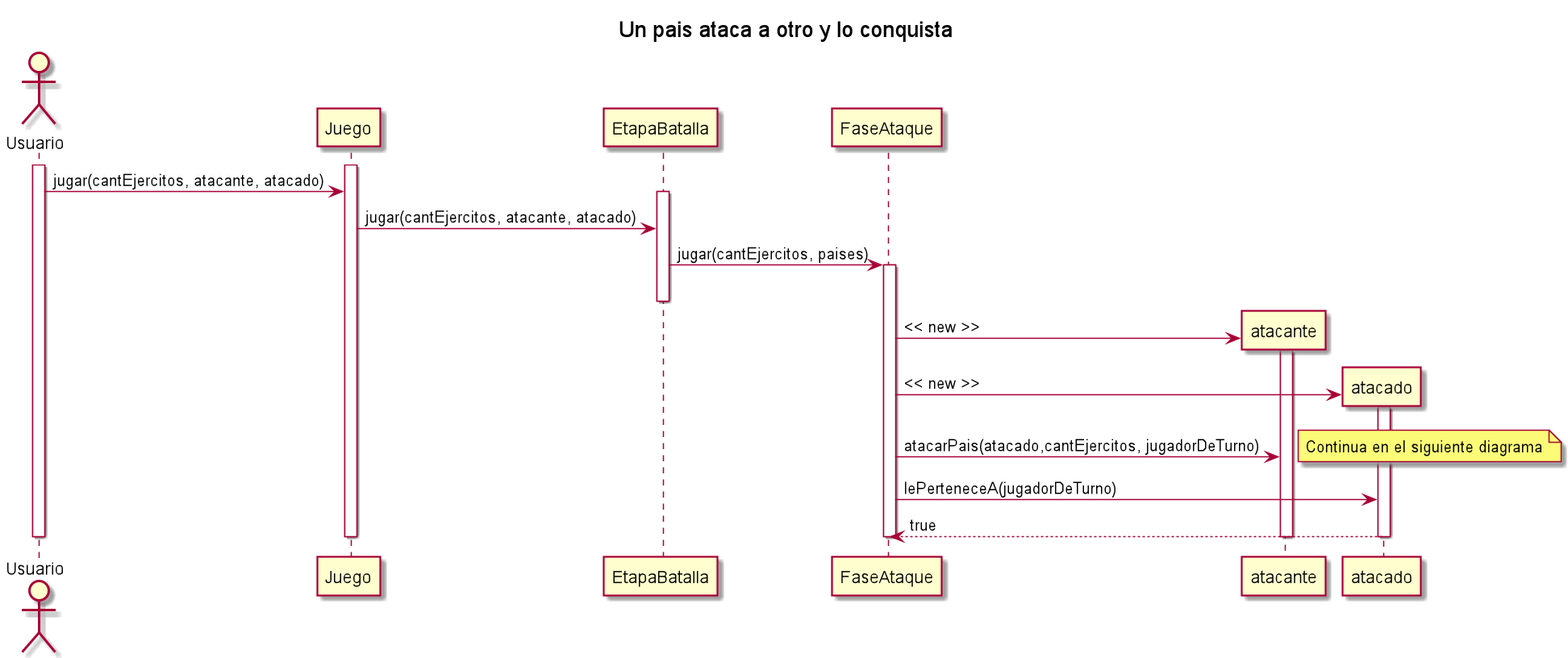
This is docs/diagramasUML/unPaisAtacaAOtroYLoConquista.png from nauee/Algo3-TP2, a PlantUML export, as it was before one commit. The source it was exported from:
```plantuml
@startuml

title Un pais ataca a otro y lo conquista

Actor Usuario

Usuario++

Juego++

Usuario -> Juego: jugar(cantEjercitos, atacante, atacado)

EtapaBatalla++

Juego -> EtapaBatalla: jugar(cantEjercitos, atacante, atacado)
EtapaBatalla -> FaseAtaque: jugar(cantEjercitos, paises)

FaseAtaque++

EtapaBatalla--

FaseAtaque -> atacante **: << new >>

atacante++

FaseAtaque -> atacado **: << new >>

atacado++

FaseAtaque -> atacante: atacarPais(atacado,cantEjercitos, jugadorDeTurno)

note right: Continua en el siguiente diagrama

FaseAtaque -> atacado: lePerteneceA(jugadorDeTurno)
atacado --> FaseAtaque: true

FaseAtaque--

atacante--

atacado--

Juego--

Usuario--

@enduml
```
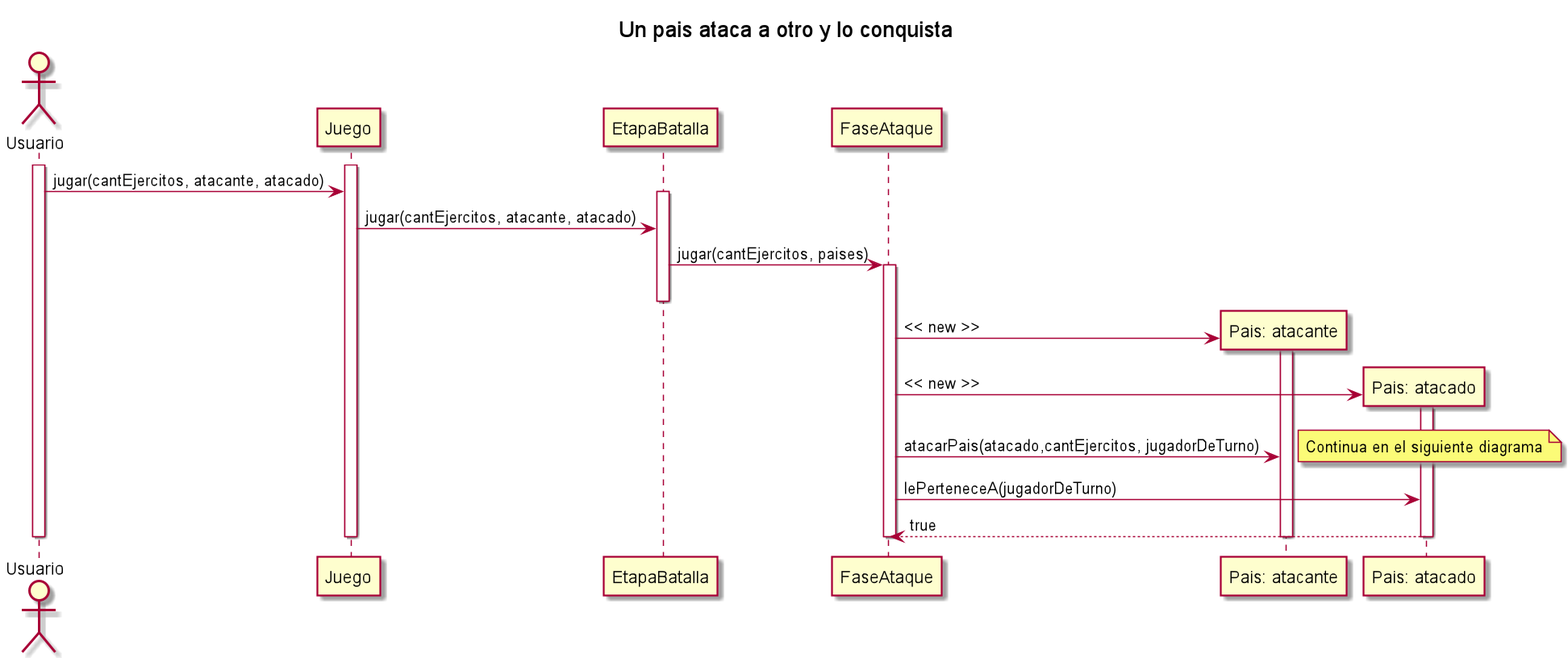
Above is the later version.

Commit message:
UPDATE: diagrama de secuencia

Diff of the diagram source:
```diff
@@ -19,12 +19,12 @@
 
 EtapaBatalla--
 
+Participant "Pais: atacante" as atacante
 FaseAtaque -> atacante **: << new >>
-
 atacante++
 
+Participant "Pais: atacado" as atacado
 FaseAtaque -> atacado **: << new >>
-
 atacado++
 
 FaseAtaque -> atacante: atacarPais(atacado,cantEjercitos, jugadorDeTurno)
```
